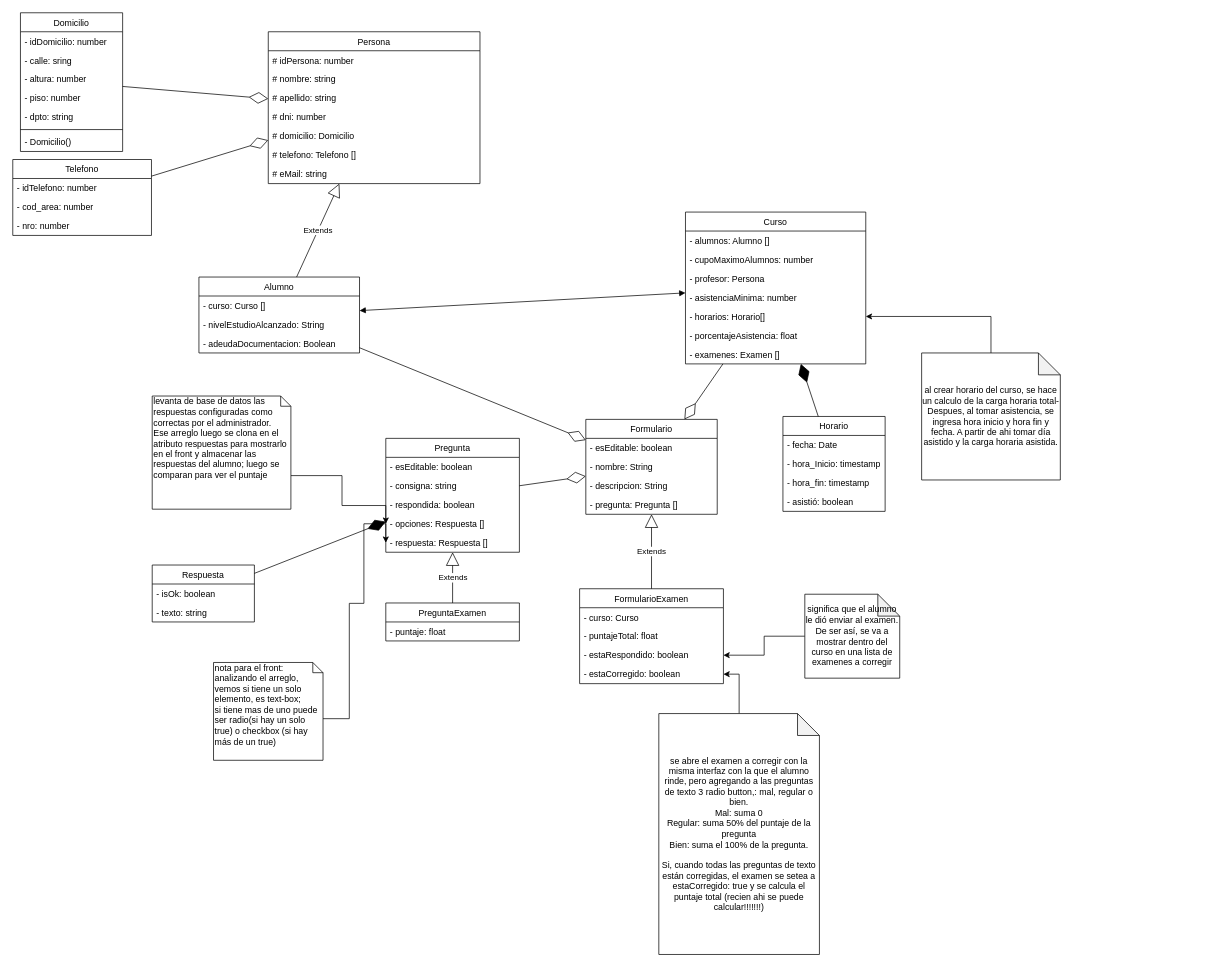
Above: - UML/diagrama_proyecto_final.drawio in mariela21180/institucional-cfp (draw.io), before the change. Source tidied: cells renumbered, new cells numbered last; positions are measured from the earlier drawing's top-left corner, leaving out a move shared by most shapes. Both pictures are drawn from the tidied source at 73%, with x=0, y=0 at pixel (12, 12).
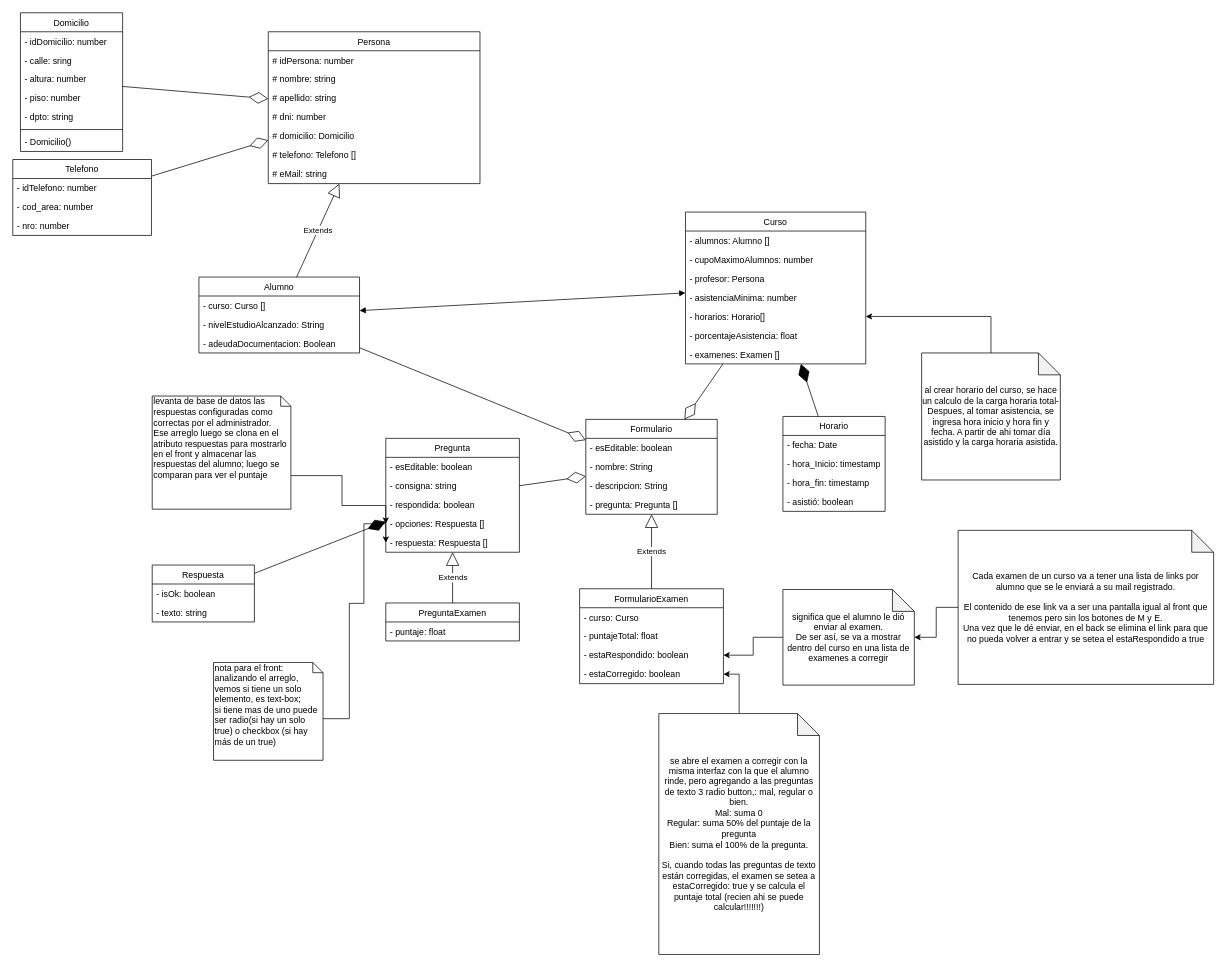
Above is the later version.

Commit message:
#1 agregado de nota sobre link de examenes

The edit, as a diff of the source:
```diff
@@
     <mxCell id="78" value="significa que el alumno le dió enviar al examen.&lt;br&gt;De ser así, se va a mostrar dentro del curso en una lista de examenes a corregir" style="shape=note;whiteSpace=wrap;html=1;backgroundOutline=1;darkOpacity=0.05;" parent="1" vertex="1">
-      <mxGeometry x="1085" y="796.5" width="130" height="115" as="geometry" />
+      <mxGeometry x="1055" y="790" width="180" height="131" as="geometry" />
     </mxCell>
@@
+    <mxCell id="81" style="edgeStyle=orthogonalEdgeStyle;rounded=0;jettySize=auto;html=1;" parent="1" edge="1" source="82" target="78">
+      <mxGeometry relative="1" as="geometry" />
+    </mxCell>
+    <mxCell id="82" value="Cada examen de un curso va a tener una lista de links por alumno que se le enviará a su mail registrado.&lt;br&gt;&lt;br&gt;El contenido de ese link va a ser una pantalla igual al front que tenemos pero sin los botones de M y E.&lt;br&gt;Una vez que le dé enviar, en el back se elimina el link para que no pueda volver a entrar y se setea el estaRespondido a true" style="shape=note;whiteSpace=wrap;html=1;backgroundOutline=1;darkOpacity=0.05;" parent="1" vertex="1">
+      <mxGeometry x="1295" y="709" width="350" height="211" as="geometry" />
+    </mxCell>
```
